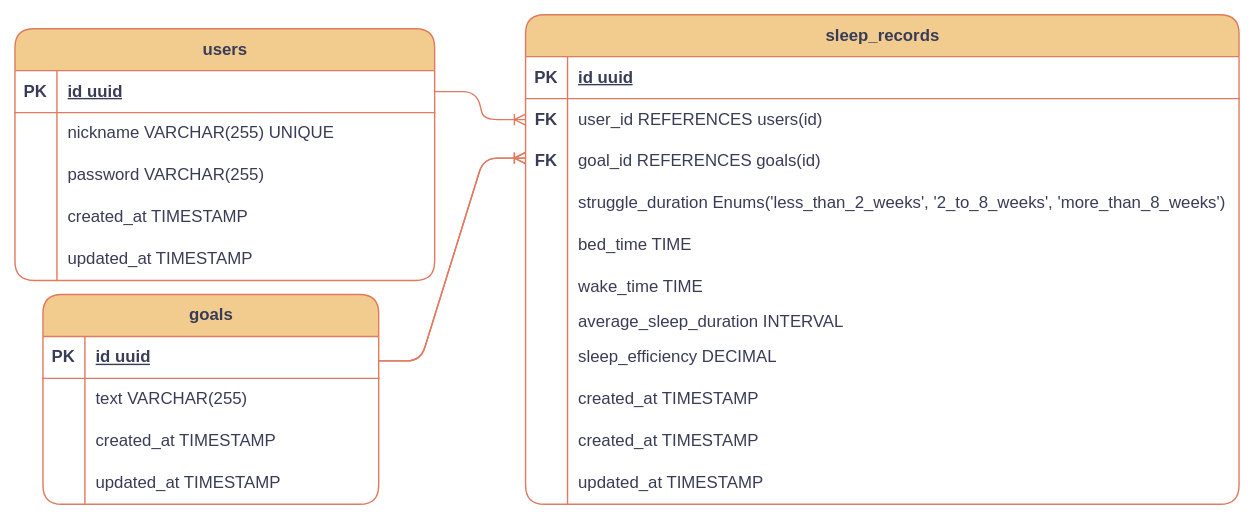
Above: assests/db.svg in rohit1kumar/sleep-app (draw.io), before the change. Source tidied: cells renumbered, new cells last; positions are measured from the earlier drawing's top-left corner, leaving out a move shared by most shapes.
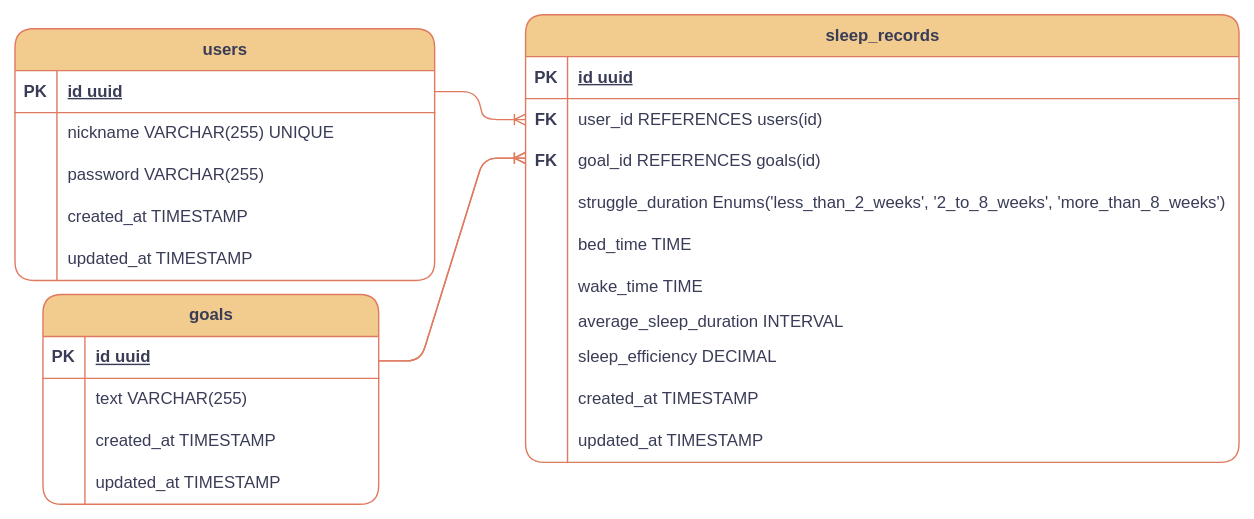
The same file after the commit.

The edit, as a diff of the source:
```diff
@@ -90,7 +90,7 @@
       <mxGeometry x="30" width="210" height="30" as="geometry" />
     </mxCell>
     <mxCell id="31" value="sleep_records" style="shape=table;startSize=30;rowLines=0;fontStyle=1;align=center;fillColor=#F2CC8F;strokeColor=#E07A5F;rounded=1;labelBackgroundColor=none;fontColor=#393C56;html=1;" parent="1" vertex="1">
-      <mxGeometry x="365" width="510" height="350" as="geometry" />
+      <mxGeometry x="365" width="510" height="320" as="geometry" />
     </mxCell>
     <mxCell id="32" style="shape=tableRow;horizontal=0;startSize=0;swimlaneHead=0;swimlaneBody=0;fillColor=none;strokeColor=#E07A5F;top=0;left=0;right=0;bottom=1;rounded=1;labelBackgroundColor=none;fontColor=#393C56;html=1;" parent="31" vertex="1">
       <mxGeometry y="30" width="510" height="30" as="geometry" />
@@ -164,17 +164,8 @@
     <mxCell id="55" value="sleep_efficiency DECIMAL" style="shape=partialRectangle;overflow=hidden;fillColor=none;align=left;strokeColor=#E07A5F;top=0;left=0;bottom=0;right=0;spacingLeft=6;rounded=1;labelBackgroundColor=none;fontColor=#393C56;html=1;" parent="53" vertex="1">
       <mxGeometry x="30" width="480" height="30" as="geometry" />
     </mxCell>
-    <mxCell id="56" style="shape=tableRow;horizontal=0;startSize=0;swimlaneHead=0;swimlaneBody=0;fillColor=none;strokeColor=#E07A5F;top=0;left=0;right=0;bottom=0;rounded=1;labelBackgroundColor=none;fontColor=#393C56;html=1;" parent="31" vertex="1">
-      <mxGeometry y="260" width="510" height="30" as="geometry" />
-    </mxCell>
-    <mxCell id="57" style="shape=partialRectangle;overflow=hidden;fillColor=none;strokeColor=#E07A5F;top=0;left=0;bottom=0;right=0;rounded=1;labelBackgroundColor=none;fontColor=#393C56;html=1;" parent="56" vertex="1">
-      <mxGeometry width="30" height="30" as="geometry" />
-    </mxCell>
-    <mxCell id="58" value="created_at TIMESTAMP " style="shape=partialRectangle;overflow=hidden;fillColor=none;align=left;strokeColor=#E07A5F;top=0;left=0;bottom=0;right=0;spacingLeft=6;rounded=1;labelBackgroundColor=none;fontColor=#393C56;html=1;" parent="56" vertex="1">
-      <mxGeometry x="30" width="480" height="30" as="geometry" />
-    </mxCell>
     <mxCell id="59" style="shape=tableRow;horizontal=0;startSize=0;swimlaneHead=0;swimlaneBody=0;fillColor=none;strokeColor=#E07A5F;top=0;left=0;right=0;bottom=0;rounded=1;labelBackgroundColor=none;fontColor=#393C56;html=1;" parent="31" vertex="1">
-      <mxGeometry y="290" width="510" height="30" as="geometry" />
+      <mxGeometry y="260" width="510" height="30" as="geometry" />
     </mxCell>
     <mxCell id="60" style="shape=partialRectangle;overflow=hidden;fillColor=none;strokeColor=#E07A5F;top=0;left=0;bottom=0;right=0;rounded=1;labelBackgroundColor=none;fontColor=#393C56;html=1;" parent="59" vertex="1">
       <mxGeometry width="30" height="30" as="geometry" />
@@ -183,7 +174,7 @@
       <mxGeometry x="30" width="480" height="30" as="geometry" />
     </mxCell>
     <mxCell id="62" style="shape=tableRow;horizontal=0;startSize=0;swimlaneHead=0;swimlaneBody=0;fillColor=none;strokeColor=#E07A5F;top=0;left=0;right=0;bottom=0;rounded=1;labelBackgroundColor=none;fontColor=#393C56;html=1;" parent="31" vertex="1">
-      <mxGeometry y="320" width="510" height="30" as="geometry" />
+      <mxGeometry y="290" width="510" height="30" as="geometry" />
     </mxCell>
     <mxCell id="63" style="shape=partialRectangle;overflow=hidden;fillColor=none;strokeColor=#E07A5F;top=0;left=0;bottom=0;right=0;rounded=1;labelBackgroundColor=none;fontColor=#393C56;html=1;" parent="62" vertex="1">
       <mxGeometry width="30" height="30" as="geometry" />
```
